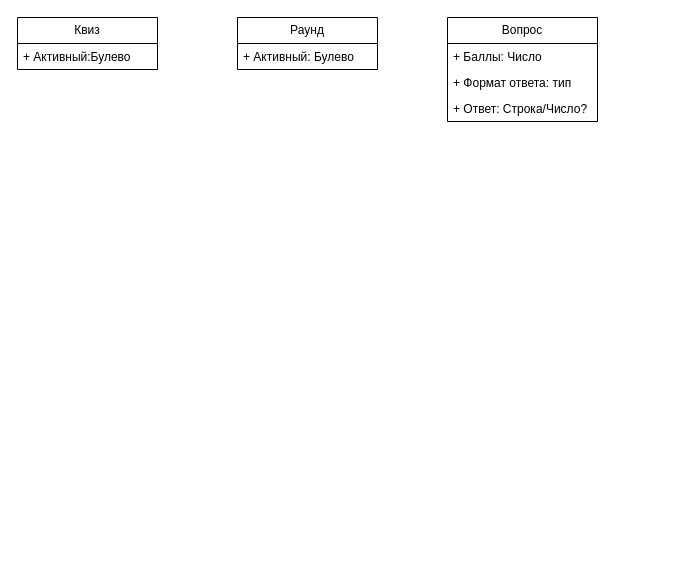
Earlier version of the draw.io diagram Итоговый проект.drawio (kapa16/ClearCode). Source tidied: cells renumbered, new cells numbered last; positions are measured from the earlier drawing's top-left corner, leaving out a move shared by most shapes. Both pictures are drawn from the tidied source at 100%, with x=0, y=0 at pixel (17, 17).
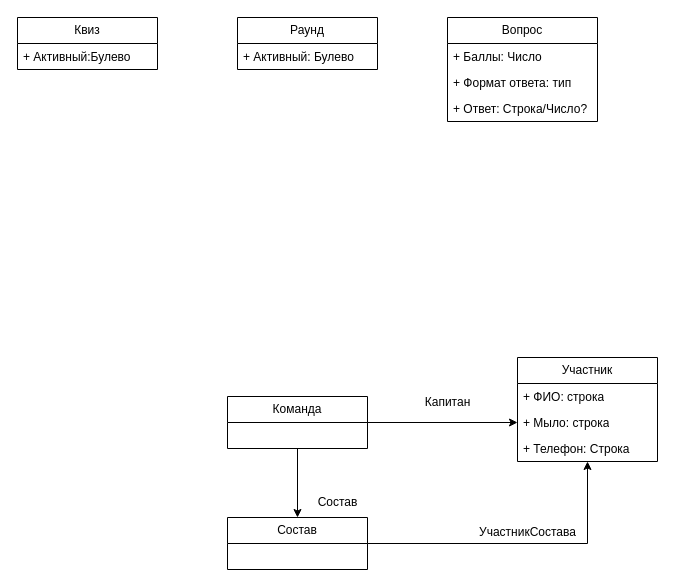
The same page after the edit.

What changed in the source:
```diff
@@
+    <mxCell id="10" style="edgeStyle=orthogonalEdgeStyle;rounded=0;jettySize=auto;html=1;exitX=1;exitY=0.5;exitDx=0;exitDy=0;entryX=0;entryY=0.5;entryDx=0;entryDy=0;" parent="1" edge="1" source="12" target="15">
+      <mxGeometry relative="1" as="geometry" />
+    </mxCell>
+    <mxCell id="11" style="edgeStyle=orthogonalEdgeStyle;rounded=0;jettySize=auto;html=1;exitX=0.5;exitY=1;exitDx=0;exitDy=0;entryX=0.5;entryY=0;entryDx=0;entryDy=0;" parent="1" edge="1" source="12" target="19">
+      <mxGeometry relative="1" as="geometry" />
+    </mxCell>
+    <mxCell id="12" value="Команда" style="swimlane;fontStyle=0;horizontal=1;startSize=26;fillColor=none;whiteSpace=wrap;html=1;" parent="1" vertex="1">
+      <mxGeometry x="210" y="379" width="140" height="52" as="geometry" />
+    </mxCell>
+    <mxCell id="13" value="Участник" style="swimlane;fontStyle=0;horizontal=1;startSize=26;fillColor=none;whiteSpace=wrap;html=1;" parent="1" vertex="1">
+      <mxGeometry x="500" y="340" width="140" height="104" as="geometry" />
+    </mxCell>
+    <mxCell id="14" value="+ ФИО: строка" style="text;strokeColor=none;fillColor=none;align=left;verticalAlign=top;spacingLeft=4;spacingRight=4;overflow=hidden;whiteSpace=wrap;html=1;" parent="13" vertex="1">
+      <mxGeometry y="26" width="140" height="26" as="geometry" />
+    </mxCell>
+    <mxCell id="15" value="+ Мыло: строка" style="text;strokeColor=none;fillColor=none;align=left;verticalAlign=top;spacingLeft=4;spacingRight=4;overflow=hidden;points=[[0,0.5],[1,0.5]];portConstraint=eastwest;whiteSpace=wrap;html=1;" parent="13" vertex="1">
+      <mxGeometry y="52" width="140" height="26" as="geometry" />
+    </mxCell>
+    <mxCell id="16" value="+ Телефон: Строка" style="text;strokeColor=none;fillColor=none;align=left;verticalAlign=top;spacingLeft=4;spacingRight=4;overflow=hidden;whiteSpace=wrap;html=1;" parent="13" vertex="1">
+      <mxGeometry y="78" width="140" height="26" as="geometry" />
+    </mxCell>
+    <mxCell id="17" value="Капитан" style="text;html=1;align=center;verticalAlign=middle;strokeColor=none;fillColor=none;" parent="1" vertex="1">
+      <mxGeometry x="395" y="370" width="70" height="30" as="geometry" />
+    </mxCell>
+    <mxCell id="18" style="edgeStyle=orthogonalEdgeStyle;rounded=0;jettySize=auto;html=1;exitX=1;exitY=0.5;exitDx=0;exitDy=0;" parent="1" edge="1" source="19" target="13">
+      <mxGeometry relative="1" as="geometry" />
+    </mxCell>
+    <mxCell id="19" value="Состав" style="swimlane;fontStyle=0;horizontal=1;startSize=26;fillColor=none;whiteSpace=wrap;html=1;" parent="1" vertex="1">
+      <mxGeometry x="210" y="500" width="140" height="52" as="geometry" />
+    </mxCell>
+    <mxCell id="20" value="УчастникСостава" style="text;html=1;align=center;verticalAlign=middle;strokeColor=none;fillColor=none;" parent="1" vertex="1">
+      <mxGeometry x="450" y="500" width="120" height="30" as="geometry" />
+    </mxCell>
+    <mxCell id="21" value="Состав" style="text;html=1;align=center;verticalAlign=middle;strokeColor=none;fillColor=none;" parent="1" vertex="1">
+      <mxGeometry x="290" y="470" width="60" height="30" as="geometry" />
+    </mxCell>
```
